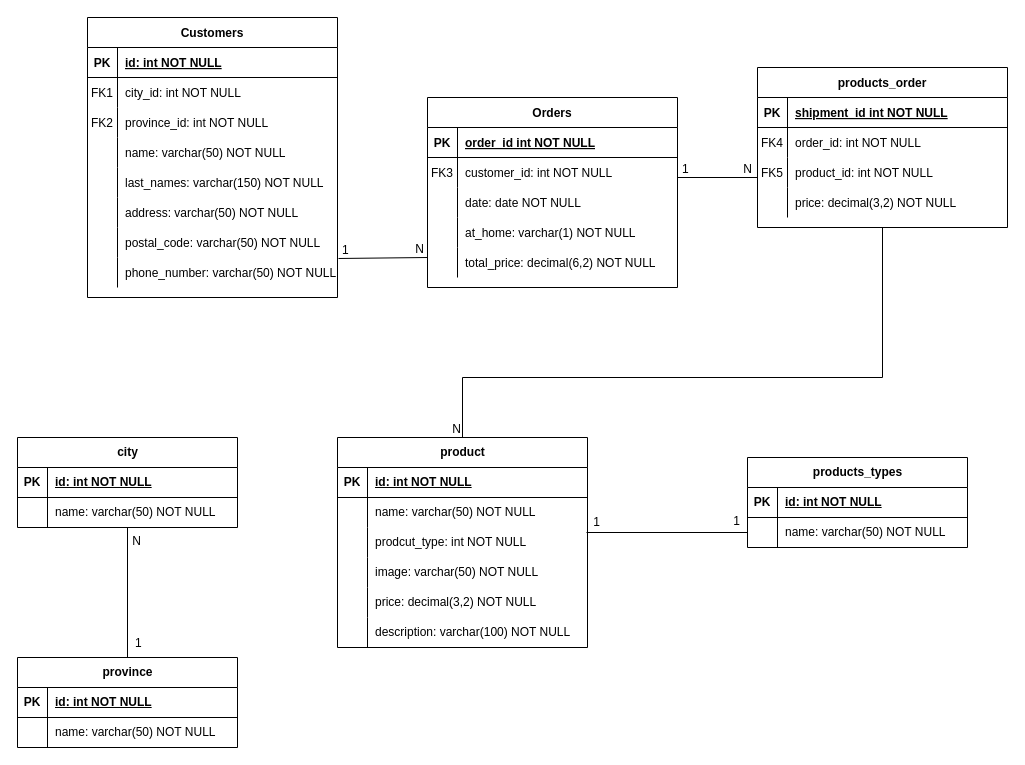
alescu/mysql-estructura keeps this draw.io diagram as Pizzeria/pizzeria.drawio. Above is the earlier version. Source tidied: cells renumbered, new cells numbered last; positions are measured from the earlier drawing's top-left corner, leaving out a move shared by most shapes. Both pictures are drawn from the tidied source at 100%, with x=0, y=0 at pixel (17, 17).
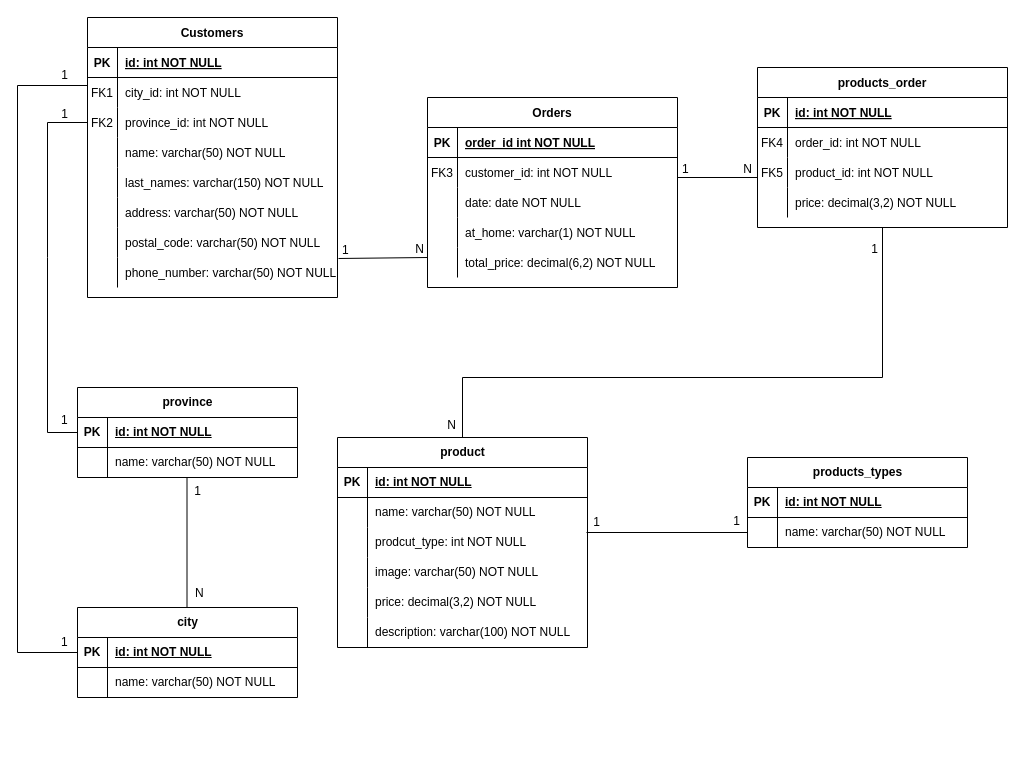
The same page after the edit.

The change refers to these unchanged cells:
```xml
<mxCell id="19" style="shape=partialRectangle;fillColor=none;top=0;left=0;right=0;bottom=1;" parent="18" vertex="1">
  <mxGeometry y="30" width="250" height="30" as="geometry" />
</mxCell>
<mxCell id="38" style="shape=partialRectangle;fillColor=none;points=[[0,0.5],[1,0.5]];portConstraint=eastwest;top=0;left=0;right=0;bottom=0;" parent="31" vertex="1">
  <mxGeometry y="90" width="250" height="30" as="geometry" />
</mxCell>
<mxCell id="57" style="shape=tableRow;horizontal=0;startSize=0;swimlaneHead=0;swimlaneBody=0;fillColor=none;points=[[0,0.5],[1,0.5]];portConstraint=eastwest;top=0;left=0;right=0;bottom=1;" parent="56" vertex="1">
  <mxGeometry y="30" width="220" height="30" as="geometry" />
</mxCell>
<mxCell id="60" style="shape=tableRow;horizontal=0;startSize=0;swimlaneHead=0;swimlaneBody=0;fillColor=none;points=[[0,0.5],[1,0.5]];portConstraint=eastwest;top=0;left=0;right=0;bottom=0;" parent="56" vertex="1">
  <mxGeometry y="60" width="220" height="30" as="geometry" />
</mxCell>
<mxCell id="64" style="shape=tableRow;horizontal=0;startSize=0;swimlaneHead=0;swimlaneBody=0;fillColor=none;points=[[0,0.5],[1,0.5]];portConstraint=eastwest;top=0;left=0;right=0;bottom=1;" parent="63" vertex="1">
  <mxGeometry y="30" width="220" height="30" as="geometry" />
</mxCell>
<mxCell id="98" style="endArrow=none;html=1;rounded=0;exitX=0.5;exitY=1;exitDx=0;exitDy=0;entryX=0.5;entryY=0;entryDx=0;entryDy=0;" parent="1" edge="1" source="18" target="70">
  <mxGeometry relative="1" as="geometry">
    <Array as="points">
      <mxPoint x="865" y="360" />
      <mxPoint x="445" y="360" />
    </Array>
  </mxGeometry>
</mxCell>
```

Diff of the diagram source:
```diff
@@
-    <mxCell id="21" value="shipment_id int NOT NULL " style="shape=partialRectangle;overflow=hidden;fillColor=none;top=0;left=0;bottom=0;right=0;align=left;spacingLeft=6;fontStyle=5;" parent="19" vertex="1">
+    <mxCell id="21" value="id: int NOT NULL " style="shape=partialRectangle;overflow=hidden;fillColor=none;top=0;left=0;bottom=0;right=0;align=left;spacingLeft=6;fontStyle=5;" parent="19" vertex="1">
       <mxGeometry x="30" width="220" height="30" as="geometry" />
     </mxCell>
@@
     <mxCell id="56" value="city" style="shape=table;startSize=30;childLayout=tableLayout;rowLines=0;fontStyle=1;align=center;html=1;" parent="1" vertex="1">
-      <mxGeometry y="420" width="220" height="90" as="geometry" />
+      <mxGeometry x="60" y="590" width="220" height="90" as="geometry" />
     </mxCell>
@@
     <mxCell id="63" value="province" style="shape=table;startSize=30;childLayout=tableLayout;rowLines=0;fontStyle=1;align=center;html=1;" parent="1" vertex="1">
-      <mxGeometry y="640" width="220" height="90" as="geometry" />
+      <mxGeometry x="60" y="370" width="220" height="90" as="geometry" />
     </mxCell>
@@
     <mxCell id="99" value="N" style="html=1;whiteSpace=wrap;align=right;verticalAlign=bottom;" parent="98" vertex="1">
-      <mxGeometry x="1" relative="1" as="geometry" />
+      <mxGeometry x="1" relative="1" as="geometry">
+        <mxPoint x="-5" y="-4" as="offset" />
+      </mxGeometry>
     </mxCell>
@@
-    <mxCell id="103" style="endArrow=none;html=1;rounded=0;exitX=0.5;exitY=0;exitDx=0;exitDy=0;entryX=0.5;entryY=1;entryDx=0;entryDy=0;entryPerimeter=0;" parent="1" edge="1" source="63" target="60">
-      <mxGeometry relative="1" as="geometry" />
+    <mxCell id="103" style="endArrow=none;html=1;rounded=0;exitX=0.5;exitY=0;exitDx=0;exitDy=0;entryX=0.5;entryY=1;entryDx=0;entryDy=0;entryPerimeter=0;" parent="1" edge="1">
+      <mxGeometry relative="1" as="geometry">
+        <mxPoint x="169.5" y="590" as="sourcePoint" />
+        <mxPoint x="169.5" y="460" as="targetPoint" />
+      </mxGeometry>
     </mxCell>
-    <mxCell id="104" value="1" style="html=1;whiteSpace=wrap;align=left;verticalAlign=bottom;" parent="103" vertex="1">
+    <mxCell id="104" value="N" style="html=1;whiteSpace=wrap;align=left;verticalAlign=bottom;" parent="103" vertex="1">
       <mxGeometry x="-1" relative="1" as="geometry">
         <mxPoint x="6" y="-6" as="offset" />
       </mxGeometry>
     </mxCell>
-    <mxCell id="105" value="N" style="html=1;whiteSpace=wrap;align=right;verticalAlign=bottom;" parent="103" vertex="1">
+    <mxCell id="105" value="1" style="html=1;whiteSpace=wrap;align=right;verticalAlign=bottom;" parent="103" vertex="1">
       <mxGeometry x="1" relative="1" as="geometry">
         <mxPoint x="15" y="22" as="offset" />
       </mxGeometry>
     </mxCell>
@@
+    <mxCell id="110" value="1" style="html=1;whiteSpace=wrap;align=right;verticalAlign=bottom;" parent="1" vertex="1">
+      <mxGeometry x="860" y="240" as="geometry">
+        <mxPoint x="2" as="offset" />
+      </mxGeometry>
+    </mxCell>
+    <mxCell id="111" style="endArrow=none;html=1;rounded=0;exitX=0;exitY=0.5;exitDx=0;exitDy=0;" parent="1" edge="1" source="57">
+      <mxGeometry relative="1" as="geometry">
+        <mxPoint x="70" y="68" as="targetPoint" />
+        <Array as="points">
+          <mxPoint y="635" />
+          <mxPoint y="68" />
+        </Array>
+      </mxGeometry>
+    </mxCell>
+    <mxCell id="112" value="1" style="html=1;whiteSpace=wrap;align=left;verticalAlign=bottom;" parent="111" vertex="1">
+      <mxGeometry x="-1" relative="1" as="geometry">
+        <mxPoint x="-18" y="-2" as="offset" />
+      </mxGeometry>
+    </mxCell>
+    <mxCell id="113" value="1" style="html=1;whiteSpace=wrap;align=right;verticalAlign=bottom;" parent="111" vertex="1">
+      <mxGeometry x="1" relative="1" as="geometry">
+        <mxPoint x="-18" y="-2" as="offset" />
+      </mxGeometry>
+    </mxCell>
+    <mxCell id="114" style="endArrow=none;html=1;rounded=0;exitX=0;exitY=0.5;exitDx=0;exitDy=0;entryX=0;entryY=0.5;entryDx=0;entryDy=0;" parent="1" edge="1" source="64" target="38">
+      <mxGeometry relative="1" as="geometry">
+        <Array as="points">
+          <mxPoint x="30" y="415" />
+          <mxPoint x="30" y="240" />
+          <mxPoint x="30" y="105" />
+        </Array>
+      </mxGeometry>
+    </mxCell>
+    <mxCell id="115" value="1" style="html=1;whiteSpace=wrap;align=left;verticalAlign=bottom;" parent="114" vertex="1">
+      <mxGeometry x="-1" relative="1" as="geometry">
+        <mxPoint x="-18" y="-4" as="offset" />
+      </mxGeometry>
+    </mxCell>
+    <mxCell id="116" value="1" style="html=1;whiteSpace=wrap;align=right;verticalAlign=bottom;" parent="114" vertex="1">
+      <mxGeometry x="1" relative="1" as="geometry">
+        <mxPoint x="-18" as="offset" />
+      </mxGeometry>
+    </mxCell>
```
